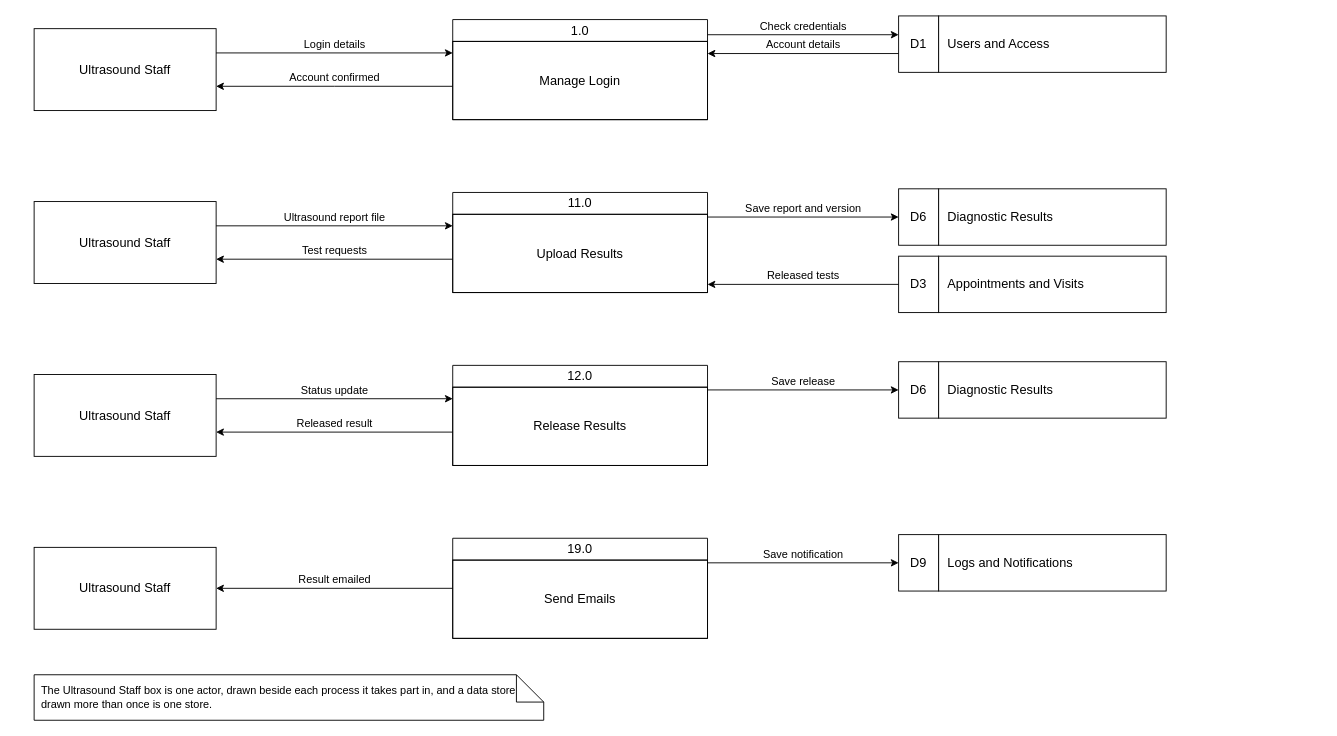
steven23lz/Enlogada-Clinic-Management-System keeps this draw.io diagram as page "Ultrasound Staff" (6 of 8) of docs/diagrams/dfd-level1.drawio. Above is the earlier version. Source tidied: cells renumbered, new cells numbered last; positions are measured from the earlier drawing's top-left corner, leaving out a move shared by most shapes. Both pictures are drawn from the tidied source at 91%, with x=0, y=0 at pixel (34, 15).
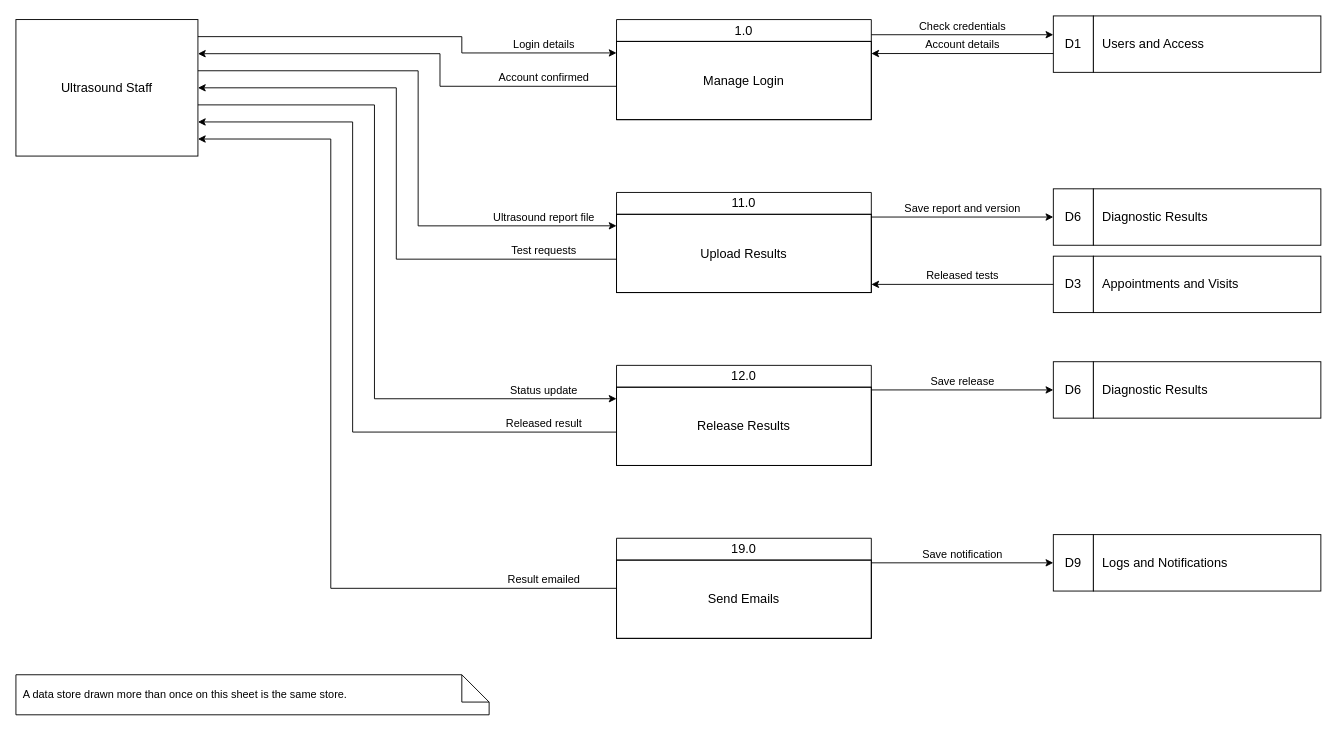
The same page after the edit.

Commit message (it also covers changes not shown here):
Level 1: one actor at the top left, a track per flow

The edit, as a diff of the source:
```diff
@@
     <mxCell id="2" value="Ultrasound Staff" style="rounded=0;whiteSpace=wrap;html=1;fontFamily=Helvetica;fontSize=14;fontColor=#000000;strokeColor=#000000;" parent="1" vertex="1">
-      <mxGeometry y="14" width="200" height="90" as="geometry" />
+      <mxGeometry x="-20" y="4" width="200" height="150" as="geometry" />
     </mxCell>
     <mxCell id="3" value="1.0" style="swimlane;whiteSpace=wrap;html=1;startSize=24;horizontal=1;fontStyle=0;fontFamily=Helvetica;fontSize=14;fontColor=#000000;strokeColor=#000000;" parent="1" vertex="1">
-      <mxGeometry x="460" y="4" width="280" height="110" as="geometry" />
+      <mxGeometry x="640" y="4" width="280" height="110" as="geometry" />
     </mxCell>
@@
-    <mxCell id="5" value="Login details" style="edgeStyle=orthogonalEdgeStyle;rounded=0;html=1;verticalAlign=bottom;fontFamily=Helvetica;fontSize=12;fontColor=#000000;strokeColor=#000000;exitX=1;exitY=0.2963;exitDx=0;exitDy=0;entryX=0;entryY=0.3333;entryDx=0;entryDy=0;" parent="1" edge="1" source="2" target="3">
-      <mxGeometry relative="1" as="geometry" />
+    <mxCell id="5" value="Login details" style="edgeStyle=orthogonalEdgeStyle;rounded=0;html=1;verticalAlign=bottom;fontFamily=Helvetica;fontSize=12;fontColor=#000000;strokeColor=#000000;exitX=1;exitY=0.1250;exitDx=0;exitDy=0;entryX=0;entryY=0.3333;entryDx=0;entryDy=0;" parent="1" edge="1" source="2" target="3">
+      <mxGeometry x="1" relative="1" as="geometry">
+        <Array as="points">
+          <mxPoint x="470" y="22.8" />
+          <mxPoint x="470" y="40.7" />
+        </Array>
+        <mxPoint x="-80" as="offset" />
+      </mxGeometry>
     </mxCell>
-    <mxCell id="6" value="Account confirmed" style="edgeStyle=orthogonalEdgeStyle;rounded=0;html=1;verticalAlign=bottom;fontFamily=Helvetica;fontSize=12;fontColor=#000000;strokeColor=#000000;exitX=0;exitY=0.6667;exitDx=0;exitDy=0;entryX=1;entryY=0.7037;entryDx=0;entryDy=0;" parent="1" edge="1" source="3" target="2">
-      <mxGeometry relative="1" as="geometry" />
+    <mxCell id="6" value="Account confirmed" style="edgeStyle=orthogonalEdgeStyle;rounded=0;html=1;verticalAlign=bottom;fontFamily=Helvetica;fontSize=12;fontColor=#000000;strokeColor=#000000;exitX=0;exitY=0.6667;exitDx=0;exitDy=0;entryX=1;entryY=0.2500;entryDx=0;entryDy=0;" parent="1" edge="1" source="3" target="2">
+      <mxGeometry x="-1" relative="1" as="geometry">
+        <Array as="points">
+          <mxPoint x="446" y="77.3" />
+          <mxPoint x="446" y="41.5" />
+        </Array>
+        <mxPoint x="-80" as="offset" />
+      </mxGeometry>
     </mxCell>
     <mxCell id="7" value="D1" style="rounded=0;whiteSpace=wrap;html=1;align=center;fontFamily=Helvetica;fontSize=14;fontColor=#000000;strokeColor=#000000;" parent="1" vertex="1">
-      <mxGeometry x="950" width="44" height="62" as="geometry" />
+      <mxGeometry x="1120" width="44" height="62" as="geometry" />
     </mxCell>
     <mxCell id="8" value="Users and Access" style="rounded=0;whiteSpace=wrap;html=1;align=left;spacingLeft=8;fontFamily=Helvetica;fontSize=14;fontColor=#000000;strokeColor=#000000;" parent="1" vertex="1">
-      <mxGeometry x="994" width="250" height="62" as="geometry" />
+      <mxGeometry x="1164" width="250" height="62" as="geometry" />
     </mxCell>
@@
-    <mxCell id="11" value="Ultrasound Staff" style="rounded=0;whiteSpace=wrap;html=1;fontFamily=Helvetica;fontSize=14;fontColor=#000000;strokeColor=#000000;" parent="1" vertex="1">
-      <mxGeometry y="204" width="200" height="90" as="geometry" />
+    <mxCell id="11" value="11.0" style="swimlane;whiteSpace=wrap;html=1;startSize=24;horizontal=1;fontStyle=0;fontFamily=Helvetica;fontSize=14;fontColor=#000000;strokeColor=#000000;" parent="1" vertex="1">
+      <mxGeometry x="640" y="194" width="280" height="110" as="geometry" />
     </mxCell>
-    <mxCell id="12" value="11.0" style="swimlane;whiteSpace=wrap;html=1;startSize=24;horizontal=1;fontStyle=0;fontFamily=Helvetica;fontSize=14;fontColor=#000000;strokeColor=#000000;" parent="1" vertex="1">
-      <mxGeometry x="460" y="194" width="280" height="110" as="geometry" />
+    <mxCell id="12" value="Upload Results" style="text;html=1;align=center;verticalAlign=middle;whiteSpace=wrap;fontFamily=Helvetica;fontSize=14;fontColor=#000000;strokeColor=#000000;" parent="11" vertex="1">
+      <mxGeometry y="24" width="280" height="86" as="geometry" />
     </mxCell>
-    <mxCell id="13" value="Upload Results" style="text;html=1;align=center;verticalAlign=middle;whiteSpace=wrap;fontFamily=Helvetica;fontSize=14;fontColor=#000000;strokeColor=#000000;" parent="12" vertex="1">
-      <mxGeometry y="24" width="280" height="86" as="geometry" />
-    </mxCell>
+    <mxCell id="38" value="Ultrasound report file" style="edgeStyle=orthogonalEdgeStyle;rounded=0;html=1;verticalAlign=bottom;fontFamily=Helvetica;fontSize=12;fontColor=#000000;strokeColor=#000000;exitX=1;exitY=0.3750;exitDx=0;exitDy=0;entryX=0;entryY=0.3333;entryDx=0;entryDy=0;" parent="1" edge="1" source="2" target="11">
+      <mxGeometry x="1" relative="1" as="geometry">
+        <Array as="points">
+          <mxPoint x="422" y="60.2" />
+          <mxPoint x="422" y="230.7" />
+        </Array>
+        <mxPoint x="-80" as="offset" />
+      </mxGeometry>
+    </mxCell>
-    <mxCell id="14" value="Ultrasound report file" style="edgeStyle=orthogonalEdgeStyle;rounded=0;html=1;verticalAlign=bottom;fontFamily=Helvetica;fontSize=12;fontColor=#000000;strokeColor=#000000;exitX=1;exitY=0.2963;exitDx=0;exitDy=0;entryX=0;entryY=0.3333;entryDx=0;entryDy=0;" parent="1" edge="1" source="11" target="12">
-      <mxGeometry relative="1" as="geometry" />
+    <mxCell id="14" value="Test requests" style="edgeStyle=orthogonalEdgeStyle;rounded=0;html=1;verticalAlign=bottom;fontFamily=Helvetica;fontSize=12;fontColor=#000000;strokeColor=#000000;exitX=0;exitY=0.6667;exitDx=0;exitDy=0;entryX=1;entryY=0.5000;entryDx=0;entryDy=0;" parent="1" edge="1" source="11" target="2">
+      <mxGeometry x="-1" relative="1" as="geometry">
+        <Array as="points">
+          <mxPoint x="398" y="267.3" />
+          <mxPoint x="398" y="79" />
+        </Array>
+        <mxPoint x="-80" as="offset" />
+      </mxGeometry>
     </mxCell>
-    <mxCell id="15" value="Test requests" style="edgeStyle=orthogonalEdgeStyle;rounded=0;html=1;verticalAlign=bottom;fontFamily=Helvetica;fontSize=12;fontColor=#000000;strokeColor=#000000;exitX=0;exitY=0.6667;exitDx=0;exitDy=0;entryX=1;entryY=0.7037;entryDx=0;entryDy=0;" parent="1" edge="1" source="12" target="11">
-      <mxGeometry relative="1" as="geometry" />
-    </mxCell>
+    <mxCell id="39" value="D6" style="rounded=0;whiteSpace=wrap;html=1;align=center;fontFamily=Helvetica;fontSize=14;fontColor=#000000;strokeColor=#000000;" parent="1" vertex="1">
+      <mxGeometry x="1120" y="190" width="44" height="62" as="geometry" />
+    </mxCell>
-    <mxCell id="16" value="D6" style="rounded=0;whiteSpace=wrap;html=1;align=center;fontFamily=Helvetica;fontSize=14;fontColor=#000000;strokeColor=#000000;" parent="1" vertex="1">
-      <mxGeometry x="950" y="190" width="44" height="62" as="geometry" />
+    <mxCell id="16" value="Diagnostic Results" style="rounded=0;whiteSpace=wrap;html=1;align=left;spacingLeft=8;fontFamily=Helvetica;fontSize=14;fontColor=#000000;strokeColor=#000000;" parent="1" vertex="1">
+      <mxGeometry x="1164" y="190" width="250" height="62" as="geometry" />
     </mxCell>
-    <mxCell id="17" value="Diagnostic Results" style="rounded=0;whiteSpace=wrap;html=1;align=left;spacingLeft=8;fontFamily=Helvetica;fontSize=14;fontColor=#000000;strokeColor=#000000;" parent="1" vertex="1">
-      <mxGeometry x="994" y="190" width="250" height="62" as="geometry" />
-    </mxCell>
-    <mxCell id="18" value="Save report and version" style="edgeStyle=orthogonalEdgeStyle;rounded=0;html=1;verticalAlign=bottom;fontFamily=Helvetica;fontSize=12;fontColor=#000000;strokeColor=#000000;exitX=1;exitY=0.2455;exitDx=0;exitDy=0;entryX=0;entryY=0.5000;entryDx=0;entryDy=0;" parent="1" edge="1" source="12" target="16">
+    <mxCell id="18" value="Save report and version" style="edgeStyle=orthogonalEdgeStyle;rounded=0;html=1;verticalAlign=bottom;fontFamily=Helvetica;fontSize=12;fontColor=#000000;strokeColor=#000000;exitX=1;exitY=0.2455;exitDx=0;exitDy=0;entryX=0;entryY=0.5000;entryDx=0;entryDy=0;" parent="1" edge="1" source="11" target="39">
       <mxGeometry relative="1" as="geometry" />
     </mxCell>
+    <mxCell id="40" value="D3" style="rounded=0;whiteSpace=wrap;html=1;align=center;fontFamily=Helvetica;fontSize=14;fontColor=#000000;strokeColor=#000000;" parent="1" vertex="1">
+      <mxGeometry x="1120" y="264" width="44" height="62" as="geometry" />
+    </mxCell>
-    <mxCell id="19" value="D3" style="rounded=0;whiteSpace=wrap;html=1;align=center;fontFamily=Helvetica;fontSize=14;fontColor=#000000;strokeColor=#000000;" parent="1" vertex="1">
-      <mxGeometry x="950" y="264" width="44" height="62" as="geometry" />
+    <mxCell id="19" value="Appointments and Visits" style="rounded=0;whiteSpace=wrap;html=1;align=left;spacingLeft=8;fontFamily=Helvetica;fontSize=14;fontColor=#000000;strokeColor=#000000;" parent="1" vertex="1">
+      <mxGeometry x="1164" y="264" width="250" height="62" as="geometry" />
     </mxCell>
-    <mxCell id="20" value="Appointments and Visits" style="rounded=0;whiteSpace=wrap;html=1;align=left;spacingLeft=8;fontFamily=Helvetica;fontSize=14;fontColor=#000000;strokeColor=#000000;" parent="1" vertex="1">
-      <mxGeometry x="994" y="264" width="250" height="62" as="geometry" />
-    </mxCell>
-    <mxCell id="21" value="Released tests" style="edgeStyle=orthogonalEdgeStyle;rounded=0;html=1;verticalAlign=bottom;fontFamily=Helvetica;fontSize=12;fontColor=#000000;strokeColor=#000000;exitX=0;exitY=0.5000;exitDx=0;exitDy=0;entryX=1;entryY=0.9182;entryDx=0;entryDy=0;" parent="1" edge="1" source="19" target="12">
+    <mxCell id="21" value="Released tests" style="edgeStyle=orthogonalEdgeStyle;rounded=0;html=1;verticalAlign=bottom;fontFamily=Helvetica;fontSize=12;fontColor=#000000;strokeColor=#000000;exitX=0;exitY=0.5000;exitDx=0;exitDy=0;entryX=1;entryY=0.9182;entryDx=0;entryDy=0;" parent="1" edge="1" source="40" target="11">
       <mxGeometry relative="1" as="geometry" />
     </mxCell>
+    <mxCell id="23" value="12.0" style="swimlane;whiteSpace=wrap;html=1;startSize=24;horizontal=1;fontStyle=0;fontFamily=Helvetica;fontSize=14;fontColor=#000000;strokeColor=#000000;" parent="1" vertex="1">
+      <mxGeometry x="640" y="384" width="280" height="110" as="geometry" />
+    </mxCell>
-    <mxCell id="22" value="Ultrasound Staff" style="rounded=0;whiteSpace=wrap;html=1;fontFamily=Helvetica;fontSize=14;fontColor=#000000;strokeColor=#000000;" parent="1" vertex="1">
-      <mxGeometry y="394" width="200" height="90" as="geometry" />
+    <mxCell id="22" value="Release Results" style="text;html=1;align=center;verticalAlign=middle;whiteSpace=wrap;fontFamily=Helvetica;fontSize=14;fontColor=#000000;strokeColor=#000000;" parent="23" vertex="1">
+      <mxGeometry y="24" width="280" height="86" as="geometry" />
     </mxCell>
-    <mxCell id="23" value="12.0" style="swimlane;whiteSpace=wrap;html=1;startSize=24;horizontal=1;fontStyle=0;fontFamily=Helvetica;fontSize=14;fontColor=#000000;strokeColor=#000000;" parent="1" vertex="1">
-      <mxGeometry x="460" y="384" width="280" height="110" as="geometry" />
-    </mxCell>
-    <mxCell id="24" value="Release Results" style="text;html=1;align=center;verticalAlign=middle;whiteSpace=wrap;fontFamily=Helvetica;fontSize=14;fontColor=#000000;strokeColor=#000000;" parent="23" vertex="1">
-      <mxGeometry y="24" width="280" height="86" as="geometry" />
-    </mxCell>
-    <mxCell id="25" value="Status update" style="edgeStyle=orthogonalEdgeStyle;rounded=0;html=1;verticalAlign=bottom;fontFamily=Helvetica;fontSize=12;fontColor=#000000;strokeColor=#000000;exitX=1;exitY=0.2963;exitDx=0;exitDy=0;entryX=0;entryY=0.3333;entryDx=0;entryDy=0;" parent="1" edge="1" source="22" target="23">
-      <mxGeometry relative="1" as="geometry" />
+    <mxCell id="25" value="Status update" style="edgeStyle=orthogonalEdgeStyle;rounded=0;html=1;verticalAlign=bottom;fontFamily=Helvetica;fontSize=12;fontColor=#000000;strokeColor=#000000;exitX=1;exitY=0.6250;exitDx=0;exitDy=0;entryX=0;entryY=0.3333;entryDx=0;entryDy=0;" parent="1" edge="1" source="2" target="23">
+      <mxGeometry x="1" relative="1" as="geometry">
+        <Array as="points">
+          <mxPoint x="374" y="97.8" />
+          <mxPoint x="374" y="420.7" />
+        </Array>
+        <mxPoint x="-80" as="offset" />
+      </mxGeometry>
     </mxCell>
-    <mxCell id="26" value="Released result" style="edgeStyle=orthogonalEdgeStyle;rounded=0;html=1;verticalAlign=bottom;fontFamily=Helvetica;fontSize=12;fontColor=#000000;strokeColor=#000000;exitX=0;exitY=0.6667;exitDx=0;exitDy=0;entryX=1;entryY=0.7037;entryDx=0;entryDy=0;" parent="1" edge="1" source="23" target="22">
-      <mxGeometry relative="1" as="geometry" />
+    <mxCell id="26" value="Released result" style="edgeStyle=orthogonalEdgeStyle;rounded=0;html=1;verticalAlign=bottom;fontFamily=Helvetica;fontSize=12;fontColor=#000000;strokeColor=#000000;exitX=0;exitY=0.6667;exitDx=0;exitDy=0;entryX=1;entryY=0.7500;entryDx=0;entryDy=0;" parent="1" edge="1" source="23" target="2">
+      <mxGeometry x="-1" relative="1" as="geometry">
+        <Array as="points">
+          <mxPoint x="350" y="457.3" />
+          <mxPoint x="350" y="116.5" />
+        </Array>
+        <mxPoint x="-80" as="offset" />
+      </mxGeometry>
     </mxCell>
-    <mxCell id="27" value="D6" style="rounded=0;whiteSpace=wrap;html=1;align=center;fontFamily=Helvetica;fontSize=14;fontColor=#000000;strokeColor=#000000;" parent="1" vertex="1">
-      <mxGeometry x="950" y="380" width="44" height="62" as="geometry" />
-    </mxCell>
+    <mxCell id="41" value="D6" style="rounded=0;whiteSpace=wrap;html=1;align=center;fontFamily=Helvetica;fontSize=14;fontColor=#000000;strokeColor=#000000;" parent="1" vertex="1">
+      <mxGeometry x="1120" y="380" width="44" height="62" as="geometry" />
+    </mxCell>
+    <mxCell id="17" value="Diagnostic Results" style="rounded=0;whiteSpace=wrap;html=1;align=left;spacingLeft=8;fontFamily=Helvetica;fontSize=14;fontColor=#000000;strokeColor=#000000;" parent="1" vertex="1">
+      <mxGeometry x="1164" y="380" width="250" height="62" as="geometry" />
+    </mxCell>
+    <mxCell id="29" value="Save release" style="edgeStyle=orthogonalEdgeStyle;rounded=0;html=1;verticalAlign=bottom;fontFamily=Helvetica;fontSize=12;fontColor=#000000;strokeColor=#000000;exitX=1;exitY=0.2455;exitDx=0;exitDy=0;entryX=0;entryY=0.5000;entryDx=0;entryDy=0;" parent="1" edge="1" source="23" target="41">
+      <mxGeometry relative="1" as="geometry" />
+    </mxCell>
-    <mxCell id="28" value="Diagnostic Results" style="rounded=0;whiteSpace=wrap;html=1;align=left;spacingLeft=8;fontFamily=Helvetica;fontSize=14;fontColor=#000000;strokeColor=#000000;" parent="1" vertex="1">
-      <mxGeometry x="994" y="380" width="250" height="62" as="geometry" />
+    <mxCell id="28" value="19.0" style="swimlane;whiteSpace=wrap;html=1;startSize=24;horizontal=1;fontStyle=0;fontFamily=Helvetica;fontSize=14;fontColor=#000000;strokeColor=#000000;" parent="1" vertex="1">
+      <mxGeometry x="640" y="574" width="280" height="110" as="geometry" />
     </mxCell>
-    <mxCell id="29" value="Save release" style="edgeStyle=orthogonalEdgeStyle;rounded=0;html=1;verticalAlign=bottom;fontFamily=Helvetica;fontSize=12;fontColor=#000000;strokeColor=#000000;exitX=1;exitY=0.2455;exitDx=0;exitDy=0;entryX=0;entryY=0.5000;entryDx=0;entryDy=0;" parent="1" edge="1" source="23" target="27">
-      <mxGeometry relative="1" as="geometry" />
-    </mxCell>
-    <mxCell id="30" value="Ultrasound Staff" style="rounded=0;whiteSpace=wrap;html=1;fontFamily=Helvetica;fontSize=14;fontColor=#000000;strokeColor=#000000;" parent="1" vertex="1">
-      <mxGeometry y="584" width="200" height="90" as="geometry" />
-    </mxCell>
+    <mxCell id="42" value="Send Emails" style="text;html=1;align=center;verticalAlign=middle;whiteSpace=wrap;fontFamily=Helvetica;fontSize=14;fontColor=#000000;strokeColor=#000000;" parent="28" vertex="1">
+      <mxGeometry y="24" width="280" height="86" as="geometry" />
+    </mxCell>
+    <mxCell id="43" value="Result emailed" style="edgeStyle=orthogonalEdgeStyle;rounded=0;html=1;verticalAlign=bottom;fontFamily=Helvetica;fontSize=12;fontColor=#000000;strokeColor=#000000;exitX=0;exitY=0.5000;exitDx=0;exitDy=0;entryX=1;entryY=0.8750;entryDx=0;entryDy=0;" parent="1" edge="1" source="28" target="2">
+      <mxGeometry x="-1" relative="1" as="geometry">
+        <Array as="points">
+          <mxPoint x="326" y="629" />
+          <mxPoint x="326" y="135.2" />
+        </Array>
+        <mxPoint x="-80" as="offset" />
+      </mxGeometry>
+    </mxCell>
-    <mxCell id="31" value="19.0" style="swimlane;whiteSpace=wrap;html=1;startSize=24;horizontal=1;fontStyle=0;fontFamily=Helvetica;fontSize=14;fontColor=#000000;strokeColor=#000000;" parent="1" vertex="1">
-      <mxGeometry x="460" y="574" width="280" height="110" as="geometry" />
+    <mxCell id="31" value="D9" style="rounded=0;whiteSpace=wrap;html=1;align=center;fontFamily=Helvetica;fontSize=14;fontColor=#000000;strokeColor=#000000;" parent="1" vertex="1">
+      <mxGeometry x="1120" y="570" width="44" height="62" as="geometry" />
     </mxCell>
-    <mxCell id="32" value="Send Emails" style="text;html=1;align=center;verticalAlign=middle;whiteSpace=wrap;fontFamily=Helvetica;fontSize=14;fontColor=#000000;strokeColor=#000000;" parent="31" vertex="1">
-      <mxGeometry y="24" width="280" height="86" as="geometry" />
+    <mxCell id="32" value="Logs and Notifications" style="rounded=0;whiteSpace=wrap;html=1;align=left;spacingLeft=8;fontFamily=Helvetica;fontSize=14;fontColor=#000000;strokeColor=#000000;" parent="1" vertex="1">
+      <mxGeometry x="1164" y="570" width="250" height="62" as="geometry" />
     </mxCell>
-    <mxCell id="33" value="Result emailed" style="edgeStyle=orthogonalEdgeStyle;rounded=0;html=1;verticalAlign=bottom;fontFamily=Helvetica;fontSize=12;fontColor=#000000;strokeColor=#000000;exitX=0;exitY=0.5000;exitDx=0;exitDy=0;entryX=1;entryY=0.5000;entryDx=0;entryDy=0;" parent="1" edge="1" source="31" target="30">
+    <mxCell id="33" value="Save notification" style="edgeStyle=orthogonalEdgeStyle;rounded=0;html=1;verticalAlign=bottom;fontFamily=Helvetica;fontSize=12;fontColor=#000000;strokeColor=#000000;exitX=1;exitY=0.2455;exitDx=0;exitDy=0;entryX=0;entryY=0.5000;entryDx=0;entryDy=0;" parent="1" edge="1" source="28" target="31">
       <mxGeometry relative="1" as="geometry" />
     </mxCell>
-    <mxCell id="34" value="D9" style="rounded=0;whiteSpace=wrap;html=1;align=center;fontFamily=Helvetica;fontSize=14;fontColor=#000000;strokeColor=#000000;" parent="1" vertex="1">
-      <mxGeometry x="950" y="570" width="44" height="62" as="geometry" />
+    <mxCell id="34" value="A data store drawn more than once on this sheet is the same store." style="shape=note;whiteSpace=wrap;html=1;backgroundOutline=1;fillColor=none;strokeColor=#000000;align=left;spacingLeft=6;fontFamily=Helvetica;fontSize=12;fontColor=#000000;strokeColor=#000000;" parent="1" vertex="1">
+      <mxGeometry x="-20" y="724" width="520" height="44" as="geometry" />
     </mxCell>
-    <mxCell id="35" value="Logs and Notifications" style="rounded=0;whiteSpace=wrap;html=1;align=left;spacingLeft=8;fontFamily=Helvetica;fontSize=14;fontColor=#000000;strokeColor=#000000;" parent="1" vertex="1">
-      <mxGeometry x="994" y="570" width="250" height="62" as="geometry" />
-    </mxCell>
-    <mxCell id="36" value="Save notification" style="edgeStyle=orthogonalEdgeStyle;rounded=0;html=1;verticalAlign=bottom;fontFamily=Helvetica;fontSize=12;fontColor=#000000;strokeColor=#000000;exitX=1;exitY=0.2455;exitDx=0;exitDy=0;entryX=0;entryY=0.5000;entryDx=0;entryDy=0;" parent="1" edge="1" source="31" target="34">
-      <mxGeometry relative="1" as="geometry" />
-    </mxCell>
-    <mxCell id="37" value="The Ultrasound Staff box is one actor, drawn beside each process it takes part in, and a data store drawn more than once is one store." style="shape=note;whiteSpace=wrap;html=1;backgroundOutline=1;fillColor=none;strokeColor=#000000;align=left;spacingLeft=6;fontFamily=Helvetica;fontSize=12;fontColor=#000000;strokeColor=#000000;" parent="1" vertex="1">
-      <mxGeometry y="724" width="560" height="50" as="geometry" />
-    </mxCell>
```
